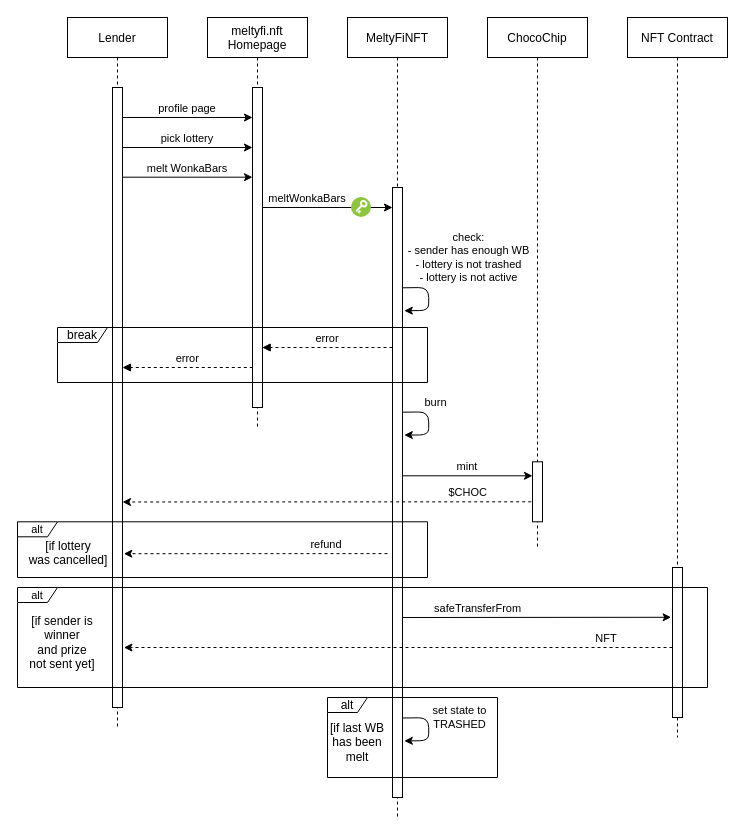
Earlier version of the draw.io diagram page "Pagina-3" (3 of 5) of report/diagrams/sequence_diagrams.drawio (VincenzoImp/meltyfi). Source tidied: cells renumbered, new cells numbered last; positions are measured from the earlier drawing's top-left corner, leaving out a move shared by most shapes. Both pictures are drawn from the tidied source at 100%, with x=0, y=0 at pixel (17, 17).
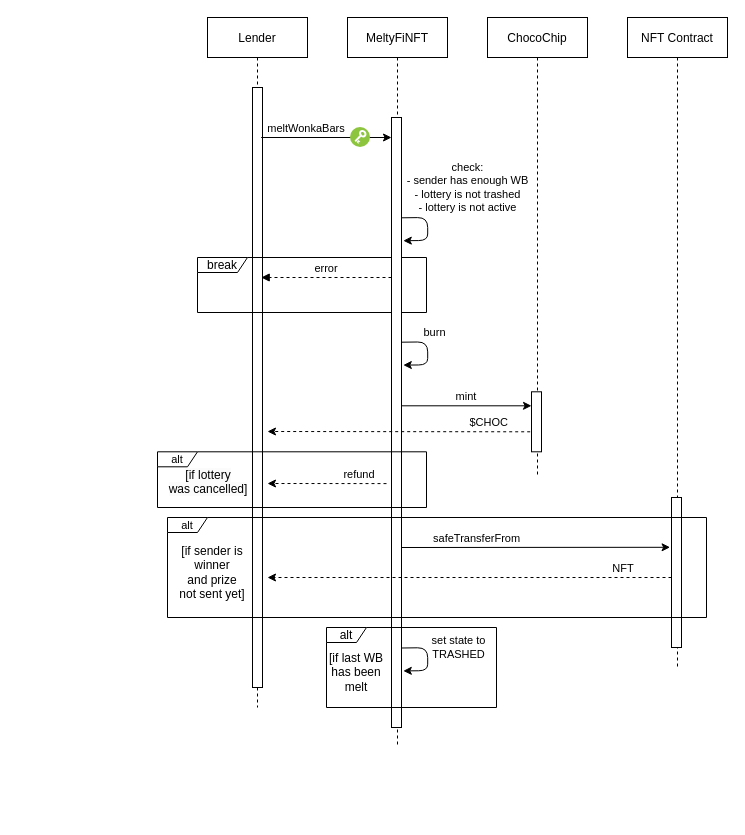
Above is the later version.

What changed in the source:
```diff
@@
+    <mxCell id="24" value="ChocoChip" style="shape=umlLifeline;perimeter=lifelinePerimeter;rounded=0;shadow=0;strokeWidth=1;" parent="1" vertex="1">
+      <mxGeometry x="470" width="100" height="460" as="geometry" />
+    </mxCell>
+    <mxCell id="10" value="MeltyFiNFT" style="shape=umlLifeline;perimeter=lifelinePerimeter;rounded=0;shadow=0;strokeWidth=1;" parent="1" vertex="1">
+      <mxGeometry x="330" width="100" height="730" as="geometry" />
+    </mxCell>
     <mxCell id="2" value="NFT Contract" style="shape=umlLifeline;perimeter=lifelinePerimeter;rounded=0;shadow=0;strokeWidth=1;" parent="1" vertex="1">
-      <mxGeometry x="610" width="100" height="720" as="geometry" />
+      <mxGeometry x="610" width="100" height="650" as="geometry" />
     </mxCell>
-    <mxCell id="3" value="Lender" style="shape=umlLifeline;perimeter=lifelinePerimeter;rounded=0;shadow=0;strokeWidth=1;" parent="1" vertex="1">
-      <mxGeometry x="50" width="100" height="710" as="geometry" />
-    </mxCell>
-    <mxCell id="4" style="perimeter=orthogonalPerimeter;rounded=0;shadow=0;strokeWidth=1;" parent="3" vertex="1">
-      <mxGeometry x="45" y="70" width="10" height="620" as="geometry" />
-    </mxCell>
-    <mxCell id="5" value="meltyfi.nft&#10;Homepage" style="shape=umlLifeline;perimeter=lifelinePerimeter;rounded=0;shadow=0;strokeWidth=1;" parent="1" vertex="1">
-      <mxGeometry x="190" width="100" height="410" as="geometry" />
+    <mxCell id="5" value="Lender" style="shape=umlLifeline;perimeter=lifelinePerimeter;rounded=0;shadow=0;strokeWidth=1;" parent="1" vertex="1">
+      <mxGeometry x="190" width="100" height="690" as="geometry" />
     </mxCell>
-    <mxCell id="6" style="perimeter=orthogonalPerimeter;rounded=0;shadow=0;strokeWidth=1;" parent="5" vertex="1">
-      <mxGeometry x="45" y="70" width="10" height="320" as="geometry" />
-    </mxCell>
-    <mxCell id="7" value="melt WonkaBars" style="verticalAlign=bottom;endArrow=none;shadow=0;strokeWidth=1;entryX=0.967;entryY=0.219;entryDx=0;entryDy=0;entryPerimeter=0;startArrow=classic;startFill=1;endFill=0;" parent="5" edge="1">
-      <mxGeometry relative="1" as="geometry">
-        <mxPoint x="45" y="159.7" as="sourcePoint" />
-        <mxPoint x="-85.3" y="159.7" as="targetPoint" />
-      </mxGeometry>
-    </mxCell>
-    <mxCell id="8" value="pick lottery" style="verticalAlign=bottom;endArrow=none;shadow=0;strokeWidth=1;entryX=0.967;entryY=0.219;entryDx=0;entryDy=0;entryPerimeter=0;startArrow=classic;startFill=1;endFill=0;" parent="5" edge="1">
-      <mxGeometry relative="1" as="geometry">
-        <mxPoint x="45" y="130" as="sourcePoint" />
-        <mxPoint x="-85.3" y="130" as="targetPoint" />
-      </mxGeometry>
-    </mxCell>
-    <mxCell id="9" value="profile page" style="verticalAlign=bottom;endArrow=none;shadow=0;strokeWidth=1;entryX=0.967;entryY=0.219;entryDx=0;entryDy=0;entryPerimeter=0;startArrow=classic;startFill=1;endFill=0;" parent="1" edge="1">
-      <mxGeometry relative="1" as="geometry">
-        <mxPoint x="235" y="100" as="sourcePoint" />
-        <mxPoint x="104.7" y="100" as="targetPoint" />
-      </mxGeometry>
-    </mxCell>
-    <mxCell id="10" value="MeltyFiNFT" style="shape=umlLifeline;perimeter=lifelinePerimeter;rounded=0;shadow=0;strokeWidth=1;" parent="1" vertex="1">
-      <mxGeometry x="330" width="100" height="800" as="geometry" />
-    </mxCell>
+    <mxCell id="39" style="perimeter=orthogonalPerimeter;rounded=0;shadow=0;strokeWidth=1;" parent="5" vertex="1">
+      <mxGeometry x="45" y="70" width="10" height="600" as="geometry" />
+    </mxCell>
+    <mxCell id="17" value="break" style="shape=umlFrame;whiteSpace=wrap;html=1;width=50;height=15;" parent="1" vertex="1">
+      <mxGeometry x="180" y="240" width="229" height="55" as="geometry" />
+    </mxCell>
-    <mxCell id="11" style="perimeter=orthogonalPerimeter;rounded=0;shadow=0;strokeWidth=1;" parent="10" vertex="1">
-      <mxGeometry x="45" y="170" width="10" height="610" as="geometry" />
+    <mxCell id="11" style="perimeter=orthogonalPerimeter;rounded=0;shadow=0;strokeWidth=1;" parent="1" vertex="1">
+      <mxGeometry x="374" y="100" width="10" height="610" as="geometry" />
     </mxCell>
-    <mxCell id="12" value="meltWonkaBars" style="verticalAlign=bottom;endArrow=none;shadow=0;strokeWidth=1;entryX=0.967;entryY=0.219;entryDx=0;entryDy=0;entryPerimeter=0;startArrow=classic;startFill=1;endFill=0;" parent="10" edge="1">
+    <mxCell id="12" value="meltWonkaBars" style="verticalAlign=bottom;endArrow=none;shadow=0;strokeWidth=1;entryX=0.967;entryY=0.219;entryDx=0;entryDy=0;entryPerimeter=0;startArrow=classic;startFill=1;endFill=0;" parent="1" edge="1">
       <mxGeometry x="0.3" relative="1" as="geometry">
-        <mxPoint x="45" y="190" as="sourcePoint" />
-        <mxPoint x="-85.3" y="190" as="targetPoint" />
+        <mxPoint x="374" y="120" as="sourcePoint" />
+        <mxPoint x="243.7" y="120" as="targetPoint" />
       </mxGeometry>
     </mxCell>
-    <mxCell id="13" style="perimeter=ellipsePerimeter;html=1;align=center;shadow=0;dashed=0;fontColor=#4277BB;labelBackgroundColor=#ffffff;fontSize=12;spacingTop=3;image;image=img/lib/ibm/vpc/Key.svg;" parent="10" vertex="1">
-      <mxGeometry x="4" y="180" width="20" height="20" as="geometry" />
+    <mxCell id="13" style="perimeter=ellipsePerimeter;html=1;align=center;shadow=0;dashed=0;fontColor=#4277BB;labelBackgroundColor=#ffffff;fontSize=12;spacingTop=3;image;image=img/lib/ibm/vpc/Key.svg;" parent="1" vertex="1">
+      <mxGeometry x="333" y="110" width="20" height="20" as="geometry" />
     </mxCell>
-    <mxCell id="14" style="endArrow=classic;html=1;exitX=0.883;exitY=0.392;exitDx=0;exitDy=0;exitPerimeter=0;entryX=1.06;entryY=0.413;entryDx=0;entryDy=0;entryPerimeter=0;jumpStyle=none;jumpSize=6;strokeWidth=1;strokeColor=default;rounded=1;" parent="10" edge="1">
+    <mxCell id="14" style="endArrow=classic;html=1;exitX=0.883;exitY=0.392;exitDx=0;exitDy=0;exitPerimeter=0;entryX=1.06;entryY=0.413;entryDx=0;entryDy=0;entryPerimeter=0;jumpStyle=none;jumpSize=6;strokeWidth=1;strokeColor=default;rounded=1;" parent="1" edge="1">
       <mxGeometry relative="1" as="geometry">
-        <mxPoint x="55" y="270.3" as="sourcePoint" />
-        <mxPoint x="56.8" y="293.2" as="targetPoint" />
+        <mxPoint x="384" y="200.3" as="sourcePoint" />
+        <mxPoint x="385.8" y="223.2" as="targetPoint" />
         <Array as="points">
-          <mxPoint x="81.2" y="270" />
-          <mxPoint x="81.2" y="293" />
+          <mxPoint x="410.2" y="200" />
+          <mxPoint x="410.2" y="223" />
         </Array>
       </mxGeometry>
     </mxCell>
@@
-    <mxCell id="16" value="error" style="verticalAlign=bottom;endArrow=block;shadow=0;strokeWidth=1;entryX=0.967;entryY=0.219;entryDx=0;entryDy=0;entryPerimeter=0;dashed=1;" parent="10" edge="1">
+    <mxCell id="16" value="error" style="verticalAlign=bottom;endArrow=block;shadow=0;strokeWidth=1;entryX=0.967;entryY=0.219;entryDx=0;entryDy=0;entryPerimeter=0;dashed=1;" parent="1" edge="1">
       <mxGeometry relative="1" as="geometry">
-        <mxPoint x="45" y="330" as="sourcePoint" />
-        <mxPoint x="-85.3" y="330" as="targetPoint" />
+        <mxPoint x="374" y="260" as="sourcePoint" />
+        <mxPoint x="243.7" y="260" as="targetPoint" />
       </mxGeometry>
     </mxCell>
-    <mxCell id="17" value="break" style="shape=umlFrame;whiteSpace=wrap;html=1;width=50;height=15;" parent="10" vertex="1">
-      <mxGeometry x="-290" y="310" width="370" height="55" as="geometry" />
-    </mxCell>
-    <mxCell id="18" value="$CHOC" style="verticalAlign=bottom;endArrow=classic;shadow=0;strokeWidth=1;entryX=-0.138;entryY=0.777;entryDx=0;entryDy=0;entryPerimeter=0;startArrow=none;startFill=0;endFill=1;dashed=1;exitX=-0.133;exitY=0.832;exitDx=0;exitDy=0;exitPerimeter=0;" parent="10" edge="1">
+    <mxCell id="18" value="$CHOC" style="verticalAlign=bottom;endArrow=classic;shadow=0;strokeWidth=1;startArrow=none;startFill=0;endFill=1;dashed=1;exitX=-0.133;exitY=0.832;exitDx=0;exitDy=0;exitPerimeter=0;" parent="1" edge="1">
       <mxGeometry x="-0.69" relative="1" as="geometry">
-        <mxPoint x="183.7" y="484.3" as="sourcePoint" />
-        <mxPoint x="-225" y="484.5" as="targetPoint" />
+        <mxPoint x="512.7" y="414.3" as="sourcePoint" />
+        <mxPoint x="250" y="414" as="targetPoint" />
       </mxGeometry>
     </mxCell>
-    <mxCell id="19" style="group;" parent="10" vertex="1">
-      <mxGeometry x="-330" y="570" width="690" height="130" as="geometry" />
-    </mxCell>
-    <mxCell id="20" style="points=[];perimeter=orthogonalPerimeter;rounded=0;shadow=0;strokeWidth=1;" parent="19" vertex="1">
-      <mxGeometry x="655" y="-20" width="10" height="150" as="geometry" />
-    </mxCell>
-    <mxCell id="21" value="alt" style="shape=umlFrame;whiteSpace=wrap;html=1;fontSize=11;width=40;height=15;" parent="19" vertex="1">
-      <mxGeometry width="690" height="100" as="geometry" />
-    </mxCell>
-    <mxCell id="22" value="&lt;font style=&quot;font-size: 12px;&quot;&gt;[if sender is winner &lt;br style=&quot;font-size: 12px;&quot;&gt;and prize not sent yet]&lt;/font&gt;" style="text;whiteSpace=wrap;html=1;fontSize=12;align=center;" parent="19" vertex="1">
-      <mxGeometry x="10" y="20" width="70" height="12.3" as="geometry" />
-    </mxCell>
-    <mxCell id="23" value="NFT" style="verticalAlign=bottom;endArrow=classic;shadow=0;strokeWidth=1;entryX=-0.138;entryY=0.777;entryDx=0;entryDy=0;entryPerimeter=0;startArrow=none;startFill=0;endFill=1;exitX=-0.138;exitY=0.777;exitDx=0;exitDy=0;exitPerimeter=0;dashed=1;" parent="19" edge="1">
-      <mxGeometry x="-0.76" relative="1" as="geometry">
-        <mxPoint x="655" y="60" as="sourcePoint" />
-        <mxPoint x="106.4" y="60" as="targetPoint" />
-      </mxGeometry>
-    </mxCell>
-    <mxCell id="24" value="ChocoChip" style="shape=umlLifeline;perimeter=lifelinePerimeter;rounded=0;shadow=0;strokeWidth=1;" parent="1" vertex="1">
-      <mxGeometry x="470" width="100" height="530" as="geometry" />
-    </mxCell>
-    <mxCell id="25" style="endArrow=classic;html=1;exitX=0.883;exitY=0.392;exitDx=0;exitDy=0;exitPerimeter=0;entryX=1.06;entryY=0.413;entryDx=0;entryDy=0;entryPerimeter=0;jumpStyle=none;jumpSize=6;strokeWidth=1;strokeColor=default;rounded=1;" parent="24" edge="1">
+    <mxCell id="25" style="endArrow=classic;html=1;exitX=0.883;exitY=0.392;exitDx=0;exitDy=0;exitPerimeter=0;entryX=1.06;entryY=0.413;entryDx=0;entryDy=0;entryPerimeter=0;jumpStyle=none;jumpSize=6;strokeWidth=1;strokeColor=default;rounded=1;" parent="1" edge="1">
       <mxGeometry relative="1" as="geometry">
-        <mxPoint x="-85" y="394.7" as="sourcePoint" />
-        <mxPoint x="-83.2" y="417.6" as="targetPoint" />
+        <mxPoint x="384" y="324.7" as="sourcePoint" />
+        <mxPoint x="385.8" y="347.6" as="targetPoint" />
         <Array as="points">
-          <mxPoint x="-58.8" y="394.4" />
-          <mxPoint x="-58.8" y="417.4" />
+          <mxPoint x="410.2" y="324.4" />
+          <mxPoint x="410.2" y="347.4" />
         </Array>
       </mxGeometry>
     </mxCell>
@@
-    <mxCell id="27" value="alt" style="shape=umlFrame;whiteSpace=wrap;html=1;width=40;height=15;" parent="24" vertex="1">
-      <mxGeometry x="-160" y="680" width="170" height="80" as="geometry" />
+    <mxCell id="27" value="alt" style="shape=umlFrame;whiteSpace=wrap;html=1;width=40;height=15;" parent="1" vertex="1">
+      <mxGeometry x="309" y="610" width="170" height="80" as="geometry" />
     </mxCell>
-    <mxCell id="28" style="endArrow=classic;html=1;exitX=0.883;exitY=0.392;exitDx=0;exitDy=0;exitPerimeter=0;entryX=1.06;entryY=0.413;entryDx=0;entryDy=0;entryPerimeter=0;jumpStyle=none;jumpSize=6;strokeWidth=1;strokeColor=default;rounded=1;" parent="24" edge="1">
+    <mxCell id="28" style="endArrow=classic;html=1;exitX=0.883;exitY=0.392;exitDx=0;exitDy=0;exitPerimeter=0;entryX=1.06;entryY=0.413;entryDx=0;entryDy=0;entryPerimeter=0;jumpStyle=none;jumpSize=6;strokeWidth=1;strokeColor=default;rounded=1;" parent="1" edge="1">
       <mxGeometry relative="1" as="geometry">
-        <mxPoint x="-85" y="700.5" as="sourcePoint" />
-        <mxPoint x="-83.2" y="723.4" as="targetPoint" />
+        <mxPoint x="384" y="630.5" as="sourcePoint" />
+        <mxPoint x="385.8" y="653.4" as="targetPoint" />
         <Array as="points">
-          <mxPoint x="-58.8" y="700.2" />
-          <mxPoint x="-58.8" y="723.2" />
+          <mxPoint x="410.2" y="630.2" />
+          <mxPoint x="410.2" y="653.2" />
         </Array>
       </mxGeometry>
     </mxCell>
@@
-    <mxCell id="30" value="[if last WB&lt;br style=&quot;font-size: 12px;&quot;&gt;has been melt" style="text;html=1;strokeColor=none;fillColor=none;align=center;verticalAlign=middle;whiteSpace=wrap;rounded=0;fontSize=12;" parent="24" vertex="1">
-      <mxGeometry x="-160" y="700" width="60" height="50" as="geometry" />
+    <mxCell id="30" value="[if last WB&lt;br style=&quot;font-size: 12px;&quot;&gt;has been melt" style="text;html=1;strokeColor=none;fillColor=none;align=center;verticalAlign=middle;whiteSpace=wrap;rounded=0;fontSize=12;" parent="1" vertex="1">
+      <mxGeometry x="309" y="630" width="60" height="50" as="geometry" />
     </mxCell>
-    <mxCell id="31" value="error" style="verticalAlign=bottom;endArrow=block;shadow=0;strokeWidth=1;entryX=0.967;entryY=0.219;entryDx=0;entryDy=0;entryPerimeter=0;dashed=1;" parent="1" edge="1">
-      <mxGeometry relative="1" as="geometry">
-        <mxPoint x="235.3" y="350" as="sourcePoint" />
-        <mxPoint x="105" y="350" as="targetPoint" />
-      </mxGeometry>
-    </mxCell>
     <mxCell id="32" style="perimeter=orthogonalPerimeter;rounded=0;shadow=0;strokeWidth=1;" parent="1" vertex="1">
-      <mxGeometry x="515" y="444.3" width="10" height="60" as="geometry" />
+      <mxGeometry x="514" y="374.3" width="10" height="60" as="geometry" />
     </mxCell>
     <mxCell id="33" value="mint" style="verticalAlign=bottom;endArrow=none;shadow=0;strokeWidth=1;entryX=0.967;entryY=0.219;entryDx=0;entryDy=0;entryPerimeter=0;startArrow=classic;startFill=1;endFill=0;" parent="1" edge="1">
       <mxGeometry relative="1" as="geometry">
-        <mxPoint x="515" y="458.3" as="sourcePoint" />
-        <mxPoint x="384.7" y="458.3" as="targetPoint" />
+        <mxPoint x="514" y="388.3" as="sourcePoint" />
+        <mxPoint x="383.7" y="388.3" as="targetPoint" />
       </mxGeometry>
     </mxCell>
-    <mxCell id="34" style="group;fontSize=12;" parent="1" vertex="1">
-      <mxGeometry y="504.3" width="410" height="55.7" as="geometry" />
-    </mxCell>
-    <mxCell id="35" value="alt" style="shape=umlFrame;whiteSpace=wrap;html=1;fontSize=11;width=40;height=15;" parent="34" vertex="1">
-      <mxGeometry width="410" height="55.7" as="geometry" />
-    </mxCell>
+    <mxCell id="38" value="safeTransferFrom" style="verticalAlign=bottom;endArrow=none;shadow=0;strokeWidth=1;entryX=0.967;entryY=0.219;entryDx=0;entryDy=0;entryPerimeter=0;startArrow=classic;startFill=1;endFill=0;exitX=-0.138;exitY=0.332;exitDx=0;exitDy=0;exitPerimeter=0;" parent="1" edge="1">
+      <mxGeometry x="0.44" relative="1" as="geometry">
+        <mxPoint x="652.6" y="529.8" as="sourcePoint" />
+        <mxPoint x="384" y="530" as="targetPoint" />
+      </mxGeometry>
+    </mxCell>
+    <mxCell id="40" style="perimeter=orthogonalPerimeter;rounded=0;shadow=0;strokeWidth=1;" parent="1" vertex="1">
+      <mxGeometry x="654" y="480" width="10" height="150" as="geometry" />
+    </mxCell>
+    <mxCell id="41" value="alt" style="shape=umlFrame;whiteSpace=wrap;html=1;fontSize=11;width=40;height=15;" parent="1" vertex="1">
+      <mxGeometry x="150" y="500" width="539" height="100" as="geometry" />
+    </mxCell>
+    <mxCell id="22" value="&lt;font style=&quot;font-size: 12px;&quot;&gt;[if sender is winner &lt;br style=&quot;font-size: 12px;&quot;&gt;and prize not sent yet]&lt;/font&gt;" style="text;whiteSpace=wrap;html=1;fontSize=12;align=center;" parent="1" vertex="1">
+      <mxGeometry x="160" y="520" width="70" height="70" as="geometry" />
+    </mxCell>
+    <mxCell id="23" value="NFT" style="verticalAlign=bottom;endArrow=classic;shadow=0;strokeWidth=1;startArrow=none;startFill=0;endFill=1;exitX=-0.138;exitY=0.777;exitDx=0;exitDy=0;exitPerimeter=0;dashed=1;" parent="1" edge="1">
+      <mxGeometry x="-0.76" relative="1" as="geometry">
+        <mxPoint x="654" y="560" as="sourcePoint" />
+        <mxPoint x="250" y="560" as="targetPoint" />
+      </mxGeometry>
+    </mxCell>
+    <mxCell id="42" value="alt" style="shape=umlFrame;whiteSpace=wrap;html=1;fontSize=11;width=40;height=15;" parent="1" vertex="1">
+      <mxGeometry x="140" y="434.3" width="269" height="55.7" as="geometry" />
+    </mxCell>
-    <mxCell id="36" value="&lt;span style=&quot;color: rgb(0, 0, 0); font-family: Helvetica; font-size: 12px; font-style: normal; font-variant-ligatures: normal; font-variant-caps: normal; font-weight: 400; letter-spacing: normal; orphans: 2; text-indent: 0px; text-transform: none; widows: 2; word-spacing: 0px; -webkit-text-stroke-width: 0px; background-color: rgb(251, 251, 251); text-decoration-thickness: initial; text-decoration-style: initial; text-decoration-color: initial; float: none; display: inline !important;&quot;&gt;[if lottery&lt;br style=&quot;font-size: 12px;&quot;&gt;was cancelled]&lt;/span&gt;" style="text;whiteSpace=wrap;html=1;fontSize=12;align=center;" parent="34" vertex="1">
-      <mxGeometry y="10.4" width="101.7" height="37.1" as="geometry" />
+    <mxCell id="36" value="&lt;span style=&quot;color: rgb(0, 0, 0); font-family: Helvetica; font-size: 12px; font-style: normal; font-variant-ligatures: normal; font-variant-caps: normal; font-weight: 400; letter-spacing: normal; orphans: 2; text-indent: 0px; text-transform: none; widows: 2; word-spacing: 0px; -webkit-text-stroke-width: 0px; background-color: rgb(251, 251, 251); text-decoration-thickness: initial; text-decoration-style: initial; text-decoration-color: initial; float: none; display: inline !important;&quot;&gt;[if lottery&lt;br style=&quot;font-size: 12px;&quot;&gt;was cancelled]&lt;/span&gt;" style="text;whiteSpace=wrap;html=1;fontSize=12;align=center;" parent="1" vertex="1">
+      <mxGeometry x="140" y="443.6" width="101.7" height="37.1" as="geometry" />
     </mxCell>
-    <mxCell id="37" value="refund" style="verticalAlign=bottom;endArrow=classic;shadow=0;strokeWidth=1;entryX=-0.138;entryY=0.777;entryDx=0;entryDy=0;entryPerimeter=0;startArrow=none;startFill=0;endFill=1;dashed=1;" parent="34" edge="1">
+    <mxCell id="37" value="refund" style="verticalAlign=bottom;endArrow=classic;shadow=0;strokeWidth=1;startArrow=none;startFill=0;endFill=1;dashed=1;" parent="1" edge="1">
       <mxGeometry x="-0.54" relative="1" as="geometry">
-        <mxPoint x="370" y="31.8" as="sourcePoint" />
-        <mxPoint x="106.3" y="31.9" as="targetPoint" />
+        <mxPoint x="369" y="466.1" as="sourcePoint" />
+        <mxPoint x="250" y="466" as="targetPoint" />
       </mxGeometry>
     </mxCell>
-    <mxCell id="38" value="safeTransferFrom" style="verticalAlign=bottom;endArrow=none;shadow=0;strokeWidth=1;entryX=0.967;entryY=0.219;entryDx=0;entryDy=0;entryPerimeter=0;startArrow=classic;startFill=1;endFill=0;exitX=-0.138;exitY=0.332;exitDx=0;exitDy=0;exitPerimeter=0;" parent="1" edge="1" source="20">
-      <mxGeometry x="0.44" relative="1" as="geometry">
-        <mxPoint x="385" y="600" as="targetPoint" />
-      </mxGeometry>
-    </mxCell>
```
